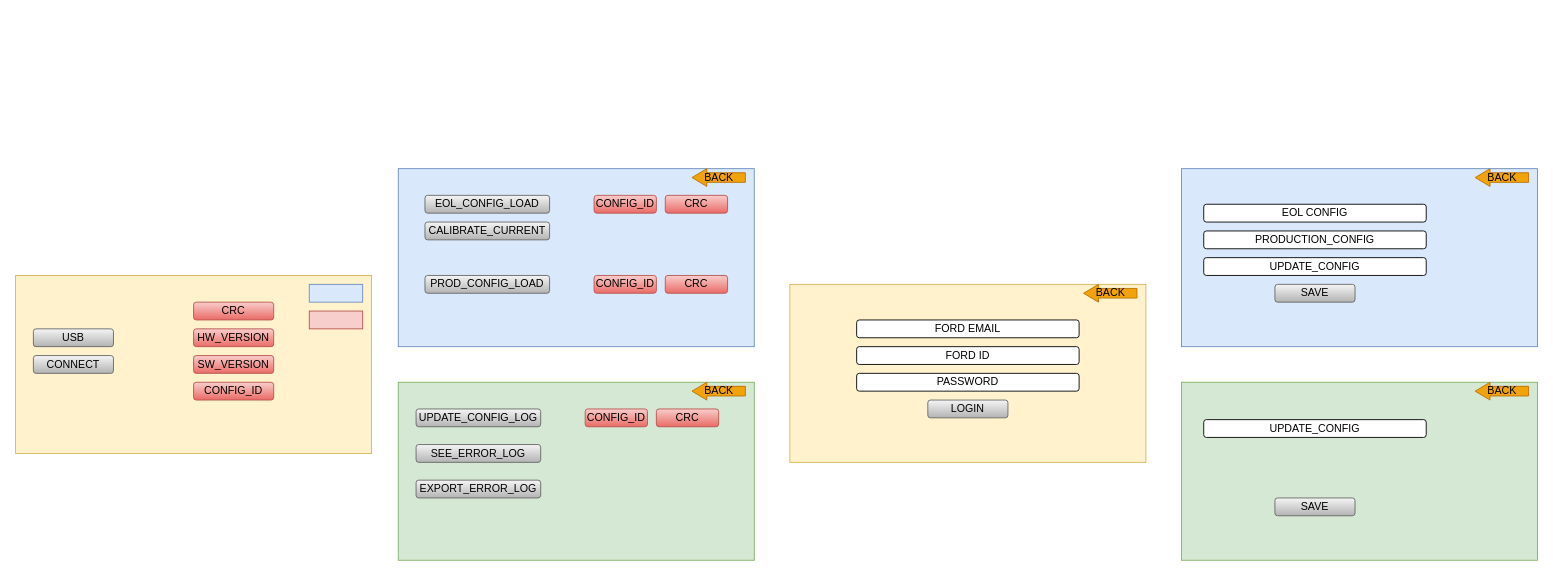
This is page "Page-1" (1 of 3) of DRAWINGS/cBMS_GPIO.drawio from yusufselimkaratas/Draw_Io, a draw.io file, before an edit. Source tidied: cells renumbered, new cells numbered last; positions are measured from the earlier drawing's top-left corner, leaving out a move shared by most shapes. Both pictures are drawn from the tidied source at 89%, with x=0, y=0 at pixel (15, 168).
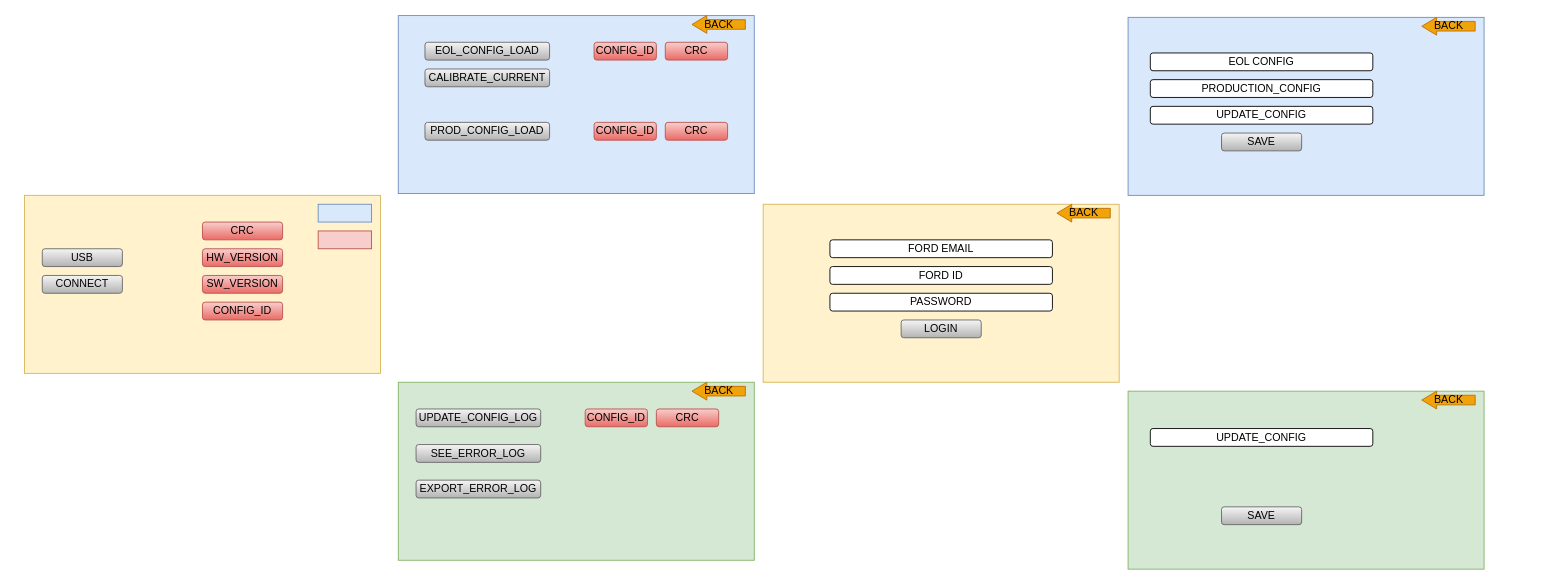
Above is the later version.

Diff of the diagram source:
```diff
@@
+    <mxCell id="3" style="rounded=0;whiteSpace=wrap;html=1;fillColor=#d5e8d4;strokeColor=#82b366;" parent="1" vertex="1">
+      <mxGeometry x="430" y="240" width="400" height="200" as="geometry" />
+    </mxCell>
+    <mxCell id="18" value="CRC" style="rounded=1;whiteSpace=wrap;html=1;fillColor=#f8cecc;strokeColor=#b85450;gradientColor=#ea6b66;" parent="1" vertex="1">
+      <mxGeometry x="720" y="270" width="70" height="20" as="geometry" />
+    </mxCell>
+    <mxCell id="19" value="UPDATE_CONFIG_LOG" style="rounded=1;whiteSpace=wrap;html=1;fillColor=#f5f5f5;strokeColor=#666666;gradientColor=#b3b3b3;" parent="1" vertex="1">
+      <mxGeometry x="450" y="270" width="140" height="20" as="geometry" />
+    </mxCell>
+    <mxCell id="20" value="CONFIG_ID" style="rounded=1;whiteSpace=wrap;html=1;fillColor=#f8cecc;strokeColor=#b85450;gradientColor=#ea6b66;" parent="1" vertex="1">
+      <mxGeometry x="640" y="270" width="70" height="20" as="geometry" />
+    </mxCell>
+    <mxCell id="21" value="EXPORT_ERROR_LOG" style="rounded=1;whiteSpace=wrap;html=1;fillColor=#f5f5f5;strokeColor=#666666;gradientColor=#b3b3b3;" parent="1" vertex="1">
+      <mxGeometry x="450" y="350" width="140" height="20" as="geometry" />
+    </mxCell>
+    <mxCell id="22" value="SEE_ERROR_LOG" style="rounded=1;whiteSpace=wrap;html=1;fillColor=#f5f5f5;strokeColor=#666666;gradientColor=#b3b3b3;" parent="1" vertex="1">
+      <mxGeometry x="450" y="310" width="140" height="20" as="geometry" />
+    </mxCell>
+    <mxCell id="27" value="BACK" style="html=1;shadow=0;dashed=0;align=center;verticalAlign=middle;shape=mxgraph.arrows2.arrow;dy=0.46;dx=16.67;flipH=1;notch=0;fillColor=#f0a30a;strokeColor=#BD7000;fontColor=#000000;" parent="1" vertex="1">
+      <mxGeometry x="760" y="240" width="60" height="20" as="geometry" />
+    </mxCell>
+    <mxCell id="43" style="group;" parent="1" vertex="1">
+      <mxGeometry x="10" y="30" width="400" height="200" as="geometry" />
+    </mxCell>
-    <mxCell id="2" style="rounded=0;whiteSpace=wrap;html=1;fillColor=#fff2cc;strokeColor=#d6b656;" parent="1" vertex="1">
-      <mxGeometry y="120" width="400" height="200" as="geometry" />
+    <mxCell id="2" style="rounded=0;whiteSpace=wrap;html=1;fillColor=#fff2cc;strokeColor=#d6b656;" parent="43" vertex="1">
+      <mxGeometry width="400" height="200" as="geometry" />
     </mxCell>
-    <mxCell id="3" style="rounded=0;whiteSpace=wrap;html=1;fillColor=#d5e8d4;strokeColor=#82b366;" parent="1" vertex="1">
-      <mxGeometry x="430" y="240" width="400" height="200" as="geometry" />
-    </mxCell>
-    <mxCell id="4" style="rounded=0;whiteSpace=wrap;html=1;fillColor=#dae8fc;strokeColor=#6c8ebf;" parent="1" vertex="1">
-      <mxGeometry x="430" width="400" height="200" as="geometry" />
-    </mxCell>
-    <mxCell id="5" value="USB" style="rounded=1;whiteSpace=wrap;html=1;fillColor=#f5f5f5;strokeColor=#666666;gradientColor=#b3b3b3;" parent="1" vertex="1">
-      <mxGeometry x="20" y="180" width="90" height="20" as="geometry" />
+    <mxCell id="5" value="USB" style="rounded=1;whiteSpace=wrap;html=1;fillColor=#f5f5f5;strokeColor=#666666;gradientColor=#b3b3b3;" parent="43" vertex="1">
+      <mxGeometry x="20" y="60" width="90" height="20" as="geometry" />
     </mxCell>
-    <mxCell id="6" value="CONNECT" style="rounded=1;whiteSpace=wrap;html=1;fillColor=#f5f5f5;strokeColor=#666666;gradientColor=#b3b3b3;" parent="1" vertex="1">
-      <mxGeometry x="20" y="210" width="90" height="20" as="geometry" />
+    <mxCell id="6" value="CONNECT" style="rounded=1;whiteSpace=wrap;html=1;fillColor=#f5f5f5;strokeColor=#666666;gradientColor=#b3b3b3;" parent="43" vertex="1">
+      <mxGeometry x="20" y="90" width="90" height="20" as="geometry" />
     </mxCell>
-    <mxCell id="7" value="CRC" style="rounded=1;whiteSpace=wrap;html=1;fillColor=#f8cecc;strokeColor=#b85450;gradientColor=#ea6b66;" parent="1" vertex="1">
-      <mxGeometry x="200" y="150" width="90" height="20" as="geometry" />
+    <mxCell id="7" value="CRC" style="rounded=1;whiteSpace=wrap;html=1;fillColor=#f8cecc;strokeColor=#b85450;gradientColor=#ea6b66;" parent="43" vertex="1">
+      <mxGeometry x="200" y="30" width="90" height="20" as="geometry" />
     </mxCell>
-    <mxCell id="8" value="HW_VERSION" style="rounded=1;whiteSpace=wrap;html=1;fillColor=#f8cecc;strokeColor=#b85450;gradientColor=#ea6b66;" parent="1" vertex="1">
-      <mxGeometry x="200" y="180" width="90" height="20" as="geometry" />
+    <mxCell id="8" value="HW_VERSION" style="rounded=1;whiteSpace=wrap;html=1;fillColor=#f8cecc;strokeColor=#b85450;gradientColor=#ea6b66;" parent="43" vertex="1">
+      <mxGeometry x="200" y="60" width="90" height="20" as="geometry" />
     </mxCell>
-    <mxCell id="9" value="SW_VERSION" style="rounded=1;whiteSpace=wrap;html=1;fillColor=#f8cecc;strokeColor=#b85450;gradientColor=#ea6b66;" parent="1" vertex="1">
-      <mxGeometry x="200" y="210" width="90" height="20" as="geometry" />
+    <mxCell id="9" value="SW_VERSION" style="rounded=1;whiteSpace=wrap;html=1;fillColor=#f8cecc;strokeColor=#b85450;gradientColor=#ea6b66;" parent="43" vertex="1">
+      <mxGeometry x="200" y="90" width="90" height="20" as="geometry" />
     </mxCell>
-    <mxCell id="10" value="CONFIG_ID" style="rounded=1;whiteSpace=wrap;html=1;fillColor=#f8cecc;strokeColor=#b85450;gradientColor=#ea6b66;" parent="1" vertex="1">
-      <mxGeometry x="200" y="240" width="90" height="20" as="geometry" />
+    <mxCell id="10" value="CONFIG_ID" style="rounded=1;whiteSpace=wrap;html=1;fillColor=#f8cecc;strokeColor=#b85450;gradientColor=#ea6b66;" parent="43" vertex="1">
+      <mxGeometry x="200" y="120" width="90" height="20" as="geometry" />
     </mxCell>
+    <mxCell id="37" style="rounded=0;whiteSpace=wrap;html=1;fillColor=#dae8fc;strokeColor=#6c8ebf;" parent="43" vertex="1">
+      <mxGeometry x="330" y="10" width="60" height="20" as="geometry" />
+    </mxCell>
+    <mxCell id="38" style="rounded=0;whiteSpace=wrap;html=1;fillColor=#f8cecc;strokeColor=#b85450;" parent="43" vertex="1">
+      <mxGeometry x="330" y="40" width="60" height="20" as="geometry" />
+    </mxCell>
+    <mxCell id="44" style="group;" parent="1" vertex="1">
+      <mxGeometry x="430" y="-172" width="400" height="200" as="geometry" />
+    </mxCell>
+    <mxCell id="4" style="rounded=0;whiteSpace=wrap;html=1;fillColor=#dae8fc;strokeColor=#6c8ebf;" parent="44" vertex="1">
+      <mxGeometry width="400" height="200" as="geometry" />
+    </mxCell>
-    <mxCell id="11" value="CRC" style="rounded=1;whiteSpace=wrap;html=1;fillColor=#f8cecc;strokeColor=#b85450;gradientColor=#ea6b66;" parent="1" vertex="1">
-      <mxGeometry x="730" y="30" width="70" height="20" as="geometry" />
+    <mxCell id="11" value="CRC" style="rounded=1;whiteSpace=wrap;html=1;fillColor=#f8cecc;strokeColor=#b85450;gradientColor=#ea6b66;" parent="44" vertex="1">
+      <mxGeometry x="300" y="30" width="70" height="20" as="geometry" />
     </mxCell>
-    <mxCell id="12" value="EOL_CONFIG_LOAD" style="rounded=1;whiteSpace=wrap;html=1;fillColor=#f5f5f5;strokeColor=#666666;gradientColor=#b3b3b3;" parent="1" vertex="1">
-      <mxGeometry x="460" y="30" width="140" height="20" as="geometry" />
+    <mxCell id="12" value="EOL_CONFIG_LOAD" style="rounded=1;whiteSpace=wrap;html=1;fillColor=#f5f5f5;strokeColor=#666666;gradientColor=#b3b3b3;" parent="44" vertex="1">
+      <mxGeometry x="30" y="30" width="140" height="20" as="geometry" />
     </mxCell>
-    <mxCell id="13" value="CONFIG_ID" style="rounded=1;whiteSpace=wrap;html=1;fillColor=#f8cecc;strokeColor=#b85450;gradientColor=#ea6b66;" parent="1" vertex="1">
-      <mxGeometry x="650" y="30" width="70" height="20" as="geometry" />
+    <mxCell id="13" value="CONFIG_ID" style="rounded=1;whiteSpace=wrap;html=1;fillColor=#f8cecc;strokeColor=#b85450;gradientColor=#ea6b66;" parent="44" vertex="1">
+      <mxGeometry x="220" y="30" width="70" height="20" as="geometry" />
     </mxCell>
-    <mxCell id="14" value="CALIBRATE_CURRENT" style="rounded=1;whiteSpace=wrap;html=1;fillColor=#f5f5f5;strokeColor=#666666;gradientColor=#b3b3b3;" parent="1" vertex="1">
-      <mxGeometry x="460" y="60" width="140" height="20" as="geometry" />
+    <mxCell id="14" value="CALIBRATE_CURRENT" style="rounded=1;whiteSpace=wrap;html=1;fillColor=#f5f5f5;strokeColor=#666666;gradientColor=#b3b3b3;" parent="44" vertex="1">
+      <mxGeometry x="30" y="60" width="140" height="20" as="geometry" />
     </mxCell>
-    <mxCell id="15" value="CRC" style="rounded=1;whiteSpace=wrap;html=1;fillColor=#f8cecc;strokeColor=#b85450;gradientColor=#ea6b66;" parent="1" vertex="1">
-      <mxGeometry x="730" y="120" width="70" height="20" as="geometry" />
+    <mxCell id="15" value="CRC" style="rounded=1;whiteSpace=wrap;html=1;fillColor=#f8cecc;strokeColor=#b85450;gradientColor=#ea6b66;" parent="44" vertex="1">
+      <mxGeometry x="300" y="120" width="70" height="20" as="geometry" />
     </mxCell>
-    <mxCell id="16" value="PROD_CONFIG_LOAD" style="rounded=1;whiteSpace=wrap;html=1;fillColor=#f5f5f5;strokeColor=#666666;gradientColor=#b3b3b3;" parent="1" vertex="1">
-      <mxGeometry x="460" y="120" width="140" height="20" as="geometry" />
+    <mxCell id="16" value="PROD_CONFIG_LOAD" style="rounded=1;whiteSpace=wrap;html=1;fillColor=#f5f5f5;strokeColor=#666666;gradientColor=#b3b3b3;" parent="44" vertex="1">
+      <mxGeometry x="30" y="120" width="140" height="20" as="geometry" />
     </mxCell>
-    <mxCell id="17" value="CONFIG_ID" style="rounded=1;whiteSpace=wrap;html=1;fillColor=#f8cecc;strokeColor=#b85450;gradientColor=#ea6b66;" parent="1" vertex="1">
-      <mxGeometry x="650" y="120" width="70" height="20" as="geometry" />
+    <mxCell id="17" value="CONFIG_ID" style="rounded=1;whiteSpace=wrap;html=1;fillColor=#f8cecc;strokeColor=#b85450;gradientColor=#ea6b66;" parent="44" vertex="1">
+      <mxGeometry x="220" y="120" width="70" height="20" as="geometry" />
     </mxCell>
-    <mxCell id="18" value="CRC" style="rounded=1;whiteSpace=wrap;html=1;fillColor=#f8cecc;strokeColor=#b85450;gradientColor=#ea6b66;" parent="1" vertex="1">
-      <mxGeometry x="720" y="270" width="70" height="20" as="geometry" />
-    </mxCell>
-    <mxCell id="19" value="UPDATE_CONFIG_LOG" style="rounded=1;whiteSpace=wrap;html=1;fillColor=#f5f5f5;strokeColor=#666666;gradientColor=#b3b3b3;" parent="1" vertex="1">
-      <mxGeometry x="450" y="270" width="140" height="20" as="geometry" />
-    </mxCell>
-    <mxCell id="20" value="CONFIG_ID" style="rounded=1;whiteSpace=wrap;html=1;fillColor=#f8cecc;strokeColor=#b85450;gradientColor=#ea6b66;" parent="1" vertex="1">
-      <mxGeometry x="640" y="270" width="70" height="20" as="geometry" />
-    </mxCell>
-    <mxCell id="21" value="EXPORT_ERROR_LOG" style="rounded=1;whiteSpace=wrap;html=1;fillColor=#f5f5f5;strokeColor=#666666;gradientColor=#b3b3b3;" parent="1" vertex="1">
-      <mxGeometry x="450" y="350" width="140" height="20" as="geometry" />
-    </mxCell>
-    <mxCell id="22" value="SEE_ERROR_LOG" style="rounded=1;whiteSpace=wrap;html=1;fillColor=#f5f5f5;strokeColor=#666666;gradientColor=#b3b3b3;" parent="1" vertex="1">
-      <mxGeometry x="450" y="310" width="140" height="20" as="geometry" />
-    </mxCell>
+    <mxCell id="28" value="BACK" style="html=1;shadow=0;dashed=0;align=center;verticalAlign=middle;shape=mxgraph.arrows2.arrow;dy=0.46;dx=16.67;flipH=1;notch=0;fillColor=#f0a30a;strokeColor=#BD7000;fontColor=#000000;" parent="44" vertex="1">
+      <mxGeometry x="330" width="60" height="20" as="geometry" />
+    </mxCell>
+    <mxCell id="45" style="group;" parent="1" vertex="1">
+      <mxGeometry x="840" y="40" width="400" height="200" as="geometry" />
+    </mxCell>
-    <mxCell id="23" style="rounded=0;whiteSpace=wrap;html=1;fillColor=#fff2cc;strokeColor=#d6b656;" parent="1" vertex="1">
-      <mxGeometry x="870" y="130" width="400" height="200" as="geometry" />
+    <mxCell id="23" style="rounded=0;whiteSpace=wrap;html=1;fillColor=#fff2cc;strokeColor=#d6b656;" parent="45" vertex="1">
+      <mxGeometry width="400" height="200" as="geometry" />
     </mxCell>
-    <mxCell id="24" value="FORD EMAIL" style="rounded=1;whiteSpace=wrap;html=1;" parent="1" vertex="1">
-      <mxGeometry x="945" y="170" width="250" height="20" as="geometry" />
+    <mxCell id="24" value="FORD EMAIL" style="rounded=1;whiteSpace=wrap;html=1;" parent="45" vertex="1">
+      <mxGeometry x="75" y="40" width="250" height="20" as="geometry" />
     </mxCell>
-    <mxCell id="25" value="PASSWORD" style="rounded=1;whiteSpace=wrap;html=1;" parent="1" vertex="1">
-      <mxGeometry x="945" y="230" width="250" height="20" as="geometry" />
+    <mxCell id="25" value="PASSWORD" style="rounded=1;whiteSpace=wrap;html=1;" parent="45" vertex="1">
+      <mxGeometry x="75" y="100" width="250" height="20" as="geometry" />
     </mxCell>
-    <mxCell id="26" value="LOGIN" style="rounded=1;whiteSpace=wrap;html=1;fillColor=#f5f5f5;strokeColor=#666666;gradientColor=#b3b3b3;" parent="1" vertex="1">
-      <mxGeometry x="1025" y="260" width="90" height="20" as="geometry" />
+    <mxCell id="26" value="LOGIN" style="rounded=1;whiteSpace=wrap;html=1;fillColor=#f5f5f5;strokeColor=#666666;gradientColor=#b3b3b3;" parent="45" vertex="1">
+      <mxGeometry x="155" y="130" width="90" height="20" as="geometry" />
     </mxCell>
-    <mxCell id="27" value="BACK" style="html=1;shadow=0;dashed=0;align=center;verticalAlign=middle;shape=mxgraph.arrows2.arrow;dy=0.46;dx=16.67;flipH=1;notch=0;fillColor=#f0a30a;strokeColor=#BD7000;fontColor=#000000;" parent="1" vertex="1">
-      <mxGeometry x="760" y="240" width="60" height="20" as="geometry" />
-    </mxCell>
-    <mxCell id="28" value="BACK" style="html=1;shadow=0;dashed=0;align=center;verticalAlign=middle;shape=mxgraph.arrows2.arrow;dy=0.46;dx=16.67;flipH=1;notch=0;fillColor=#f0a30a;strokeColor=#BD7000;fontColor=#000000;" parent="1" vertex="1">
-      <mxGeometry x="760" width="60" height="20" as="geometry" />
-    </mxCell>
-    <mxCell id="29" value="BACK" style="html=1;shadow=0;dashed=0;align=center;verticalAlign=middle;shape=mxgraph.arrows2.arrow;dy=0.46;dx=16.67;flipH=1;notch=0;fillColor=#f0a30a;strokeColor=#BD7000;fontColor=#000000;" parent="1" vertex="1">
-      <mxGeometry x="1200" y="130" width="60" height="20" as="geometry" />
+    <mxCell id="29" value="BACK" style="html=1;shadow=0;dashed=0;align=center;verticalAlign=middle;shape=mxgraph.arrows2.arrow;dy=0.46;dx=16.67;flipH=1;notch=0;fillColor=#f0a30a;strokeColor=#BD7000;fontColor=#000000;" parent="45" vertex="1">
+      <mxGeometry x="330" width="60" height="20" as="geometry" />
     </mxCell>
-    <mxCell id="30" value="FORD ID" style="rounded=1;whiteSpace=wrap;html=1;" parent="1" vertex="1">
-      <mxGeometry x="945" y="200" width="250" height="20" as="geometry" />
+    <mxCell id="30" value="FORD ID" style="rounded=1;whiteSpace=wrap;html=1;" parent="45" vertex="1">
+      <mxGeometry x="75" y="70" width="250" height="20" as="geometry" />
     </mxCell>
+    <mxCell id="46" style="group;" parent="1" vertex="1">
+      <mxGeometry x="1250" y="-170" width="400" height="200" as="geometry" />
+    </mxCell>
-    <mxCell id="31" style="rounded=0;whiteSpace=wrap;html=1;fillColor=#dae8fc;strokeColor=#6c8ebf;" parent="1" vertex="1">
-      <mxGeometry x="1310" width="400" height="200" as="geometry" />
+    <mxCell id="31" style="rounded=0;whiteSpace=wrap;html=1;fillColor=#dae8fc;strokeColor=#6c8ebf;" parent="46" vertex="1">
+      <mxGeometry width="400" height="200" as="geometry" />
     </mxCell>
-    <mxCell id="32" value="EOL CONFIG" style="rounded=1;whiteSpace=wrap;html=1;" parent="1" vertex="1">
-      <mxGeometry x="1335" y="40" width="250" height="20" as="geometry" />
+    <mxCell id="32" value="EOL CONFIG" style="rounded=1;whiteSpace=wrap;html=1;" parent="46" vertex="1">
+      <mxGeometry x="25" y="40" width="250" height="20" as="geometry" />
     </mxCell>
-    <mxCell id="33" value="UPDATE_CONFIG" style="rounded=1;whiteSpace=wrap;html=1;" parent="1" vertex="1">
-      <mxGeometry x="1335" y="100" width="250" height="20" as="geometry" />
+    <mxCell id="33" value="UPDATE_CONFIG" style="rounded=1;whiteSpace=wrap;html=1;" parent="46" vertex="1">
+      <mxGeometry x="25" y="100" width="250" height="20" as="geometry" />
     </mxCell>
-    <mxCell id="34" value="SAVE" style="rounded=1;whiteSpace=wrap;html=1;fillColor=#f5f5f5;strokeColor=#666666;gradientColor=#b3b3b3;" parent="1" vertex="1">
-      <mxGeometry x="1415" y="130" width="90" height="20" as="geometry" />
+    <mxCell id="34" value="SAVE" style="rounded=1;whiteSpace=wrap;html=1;fillColor=#f5f5f5;strokeColor=#666666;gradientColor=#b3b3b3;" parent="46" vertex="1">
+      <mxGeometry x="105" y="130" width="90" height="20" as="geometry" />
     </mxCell>
-    <mxCell id="35" value="BACK" style="html=1;shadow=0;dashed=0;align=center;verticalAlign=middle;shape=mxgraph.arrows2.arrow;dy=0.46;dx=16.67;flipH=1;notch=0;fillColor=#f0a30a;strokeColor=#BD7000;fontColor=#000000;" parent="1" vertex="1">
-      <mxGeometry x="1640" width="60" height="20" as="geometry" />
+    <mxCell id="35" value="BACK" style="html=1;shadow=0;dashed=0;align=center;verticalAlign=middle;shape=mxgraph.arrows2.arrow;dy=0.46;dx=16.67;flipH=1;notch=0;fillColor=#f0a30a;strokeColor=#BD7000;fontColor=#000000;" parent="46" vertex="1">
+      <mxGeometry x="330" width="60" height="20" as="geometry" />
     </mxCell>
-    <mxCell id="36" value="PRODUCTION_CONFIG" style="rounded=1;whiteSpace=wrap;html=1;" parent="1" vertex="1">
-      <mxGeometry x="1335" y="70" width="250" height="20" as="geometry" />
+    <mxCell id="36" value="PRODUCTION_CONFIG" style="rounded=1;whiteSpace=wrap;html=1;" parent="46" vertex="1">
+      <mxGeometry x="25" y="70" width="250" height="20" as="geometry" />
     </mxCell>
-    <mxCell id="37" style="rounded=0;whiteSpace=wrap;html=1;fillColor=#dae8fc;strokeColor=#6c8ebf;" parent="1" vertex="1">
-      <mxGeometry x="330" y="130" width="60" height="20" as="geometry" />
-    </mxCell>
-    <mxCell id="38" style="rounded=0;whiteSpace=wrap;html=1;fillColor=#f8cecc;strokeColor=#b85450;" parent="1" vertex="1">
-      <mxGeometry x="330" y="160" width="60" height="20" as="geometry" />
-    </mxCell>
+    <mxCell id="47" style="group;" parent="1" vertex="1">
+      <mxGeometry x="1250" y="250" width="400" height="200" as="geometry" />
+    </mxCell>
-    <mxCell id="39" style="rounded=0;whiteSpace=wrap;html=1;fillColor=#d5e8d4;strokeColor=#82b366;" parent="1" vertex="1">
-      <mxGeometry x="1310" y="240" width="400" height="200" as="geometry" />
+    <mxCell id="39" style="rounded=0;whiteSpace=wrap;html=1;fillColor=#d5e8d4;strokeColor=#82b366;" parent="47" vertex="1">
+      <mxGeometry width="400" height="200" as="geometry" />
     </mxCell>
-    <mxCell id="40" value="UPDATE_CONFIG" style="rounded=1;whiteSpace=wrap;html=1;" parent="1" vertex="1">
-      <mxGeometry x="1335" y="282" width="250" height="20" as="geometry" />
+    <mxCell id="40" value="UPDATE_CONFIG" style="rounded=1;whiteSpace=wrap;html=1;" parent="47" vertex="1">
+      <mxGeometry x="25" y="42" width="250" height="20" as="geometry" />
     </mxCell>
-    <mxCell id="41" value="SAVE" style="rounded=1;whiteSpace=wrap;html=1;fillColor=#f5f5f5;strokeColor=#666666;gradientColor=#b3b3b3;" parent="1" vertex="1">
-      <mxGeometry x="1415" y="370" width="90" height="20" as="geometry" />
+    <mxCell id="41" value="SAVE" style="rounded=1;whiteSpace=wrap;html=1;fillColor=#f5f5f5;strokeColor=#666666;gradientColor=#b3b3b3;" parent="47" vertex="1">
+      <mxGeometry x="105" y="130" width="90" height="20" as="geometry" />
     </mxCell>
-    <mxCell id="42" value="BACK" style="html=1;shadow=0;dashed=0;align=center;verticalAlign=middle;shape=mxgraph.arrows2.arrow;dy=0.46;dx=16.67;flipH=1;notch=0;fillColor=#f0a30a;strokeColor=#BD7000;fontColor=#000000;" parent="1" vertex="1">
-      <mxGeometry x="1640" y="240" width="60" height="20" as="geometry" />
+    <mxCell id="42" value="BACK" style="html=1;shadow=0;dashed=0;align=center;verticalAlign=middle;shape=mxgraph.arrows2.arrow;dy=0.46;dx=16.67;flipH=1;notch=0;fillColor=#f0a30a;strokeColor=#BD7000;fontColor=#000000;" parent="47" vertex="1">
+      <mxGeometry x="330" width="60" height="20" as="geometry" />
     </mxCell>
```
